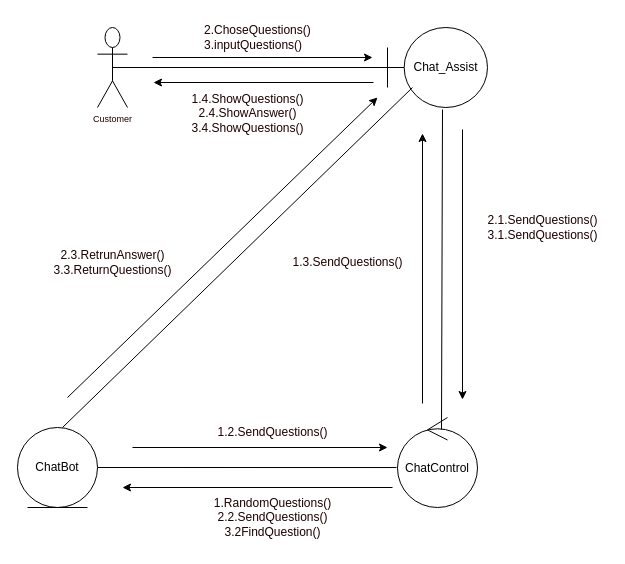
Before: page "Page-2" (2 of 2) of Request Durian info and FAQ.drawio in munkeawtoast/isad-diagrams, a draw.io diagram. Source tidied: cells renumbered, new cells numbered last; positions are measured from the earlier drawing's top-left corner, leaving out a move shared by most shapes. Both pictures are drawn from the tidied source at 100%, with x=0, y=0 at pixel (17, 17).
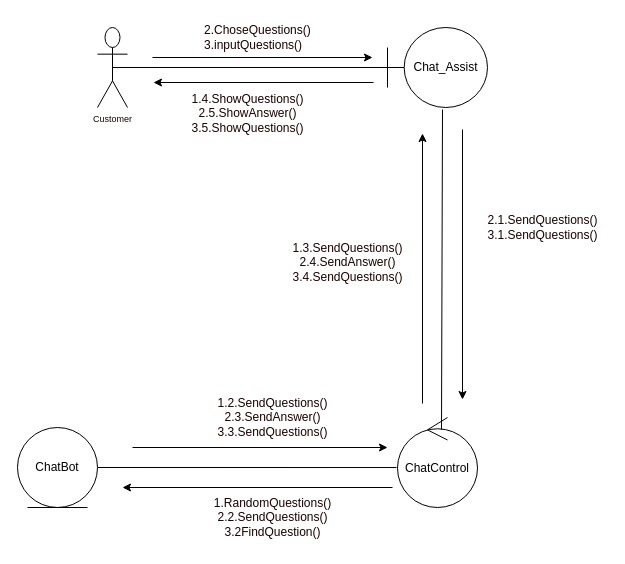
The same page after the edit.

The edit, as a diff of the source:
```diff
@@
-    <mxCell id="12" value="1.2.SendQuestions()" style="text;html=1;align=center;verticalAlign=middle;strokeColor=none;fillColor=none;fontSize=12;fontColor=#1C0000;" parent="1" vertex="1">
-      <mxGeometry x="190" y="400" width="130" height="30" as="geometry" />
+    <mxCell id="12" value="1.2.SendQuestions()&lt;br&gt;2.3.SendAnswer()&lt;br&gt;3.3.SendQuestions()" style="text;html=1;align=center;verticalAlign=middle;strokeColor=none;fillColor=none;fontSize=12;fontColor=#1C0000;" parent="1" vertex="1">
+      <mxGeometry x="190" y="370" width="130" height="60" as="geometry" />
     </mxCell>
@@
-    <mxCell id="14" value="1.3.SendQuestions()" style="text;html=1;align=center;verticalAlign=middle;strokeColor=none;fillColor=none;fontSize=12;fontColor=#1C0000;" parent="1" vertex="1">
-      <mxGeometry x="265" y="230" width="130" height="30" as="geometry" />
+    <mxCell id="14" value="1.3.SendQuestions()&lt;br&gt;2.4.SendAnswer()&lt;br&gt;3.4.SendQuestions()" style="text;html=1;align=center;verticalAlign=middle;strokeColor=none;fillColor=none;fontSize=12;fontColor=#1C0000;" parent="1" vertex="1">
+      <mxGeometry x="265" y="215" width="130" height="60" as="geometry" />
     </mxCell>
@@
-    <mxCell id="16" value="1.4.ShowQuestions()&lt;br&gt;2.4.ShowAnswer()&lt;br&gt;3.4.ShowQuestions()" style="text;html=1;align=center;verticalAlign=middle;strokeColor=none;fillColor=none;fontSize=12;fontColor=#1C0000;" parent="1" vertex="1">
+    <mxCell id="16" value="1.4.ShowQuestions()&lt;br&gt;2.5.ShowAnswer()&lt;br&gt;3.5.ShowQuestions()" style="text;html=1;align=center;verticalAlign=middle;strokeColor=none;fillColor=none;fontSize=12;fontColor=#1C0000;" parent="1" vertex="1">
       <mxGeometry x="160" y="66" width="140" height="60" as="geometry" />
     </mxCell>
@@
-    <mxCell id="21" style="endArrow=none;html=1;fontSize=12;fontColor=#1C0000;" parent="1" edge="1">
-      <mxGeometry relative="1" as="geometry">
-        <mxPoint x="45" y="410" as="sourcePoint" />
-        <mxPoint x="395" y="70" as="targetPoint" />
-      </mxGeometry>
-    </mxCell>
-    <mxCell id="22" style="endArrow=classic;html=1;fontSize=9;fontColor=#1C0000;" parent="1" edge="1">
-      <mxGeometry relative="1" as="geometry">
-        <mxPoint x="50" y="380" as="sourcePoint" />
-        <mxPoint x="360" y="80" as="targetPoint" />
-      </mxGeometry>
-    </mxCell>
-    <mxCell id="23" value="2.3.RetrunAnswer()&lt;br&gt;3.3.ReturnQuestions()" style="text;html=1;align=center;verticalAlign=middle;strokeColor=none;fillColor=none;fontSize=12;fontColor=#1C0000;" parent="1" vertex="1">
-      <mxGeometry x="25" y="225" width="140" height="40" as="geometry" />
-    </mxCell>
```
